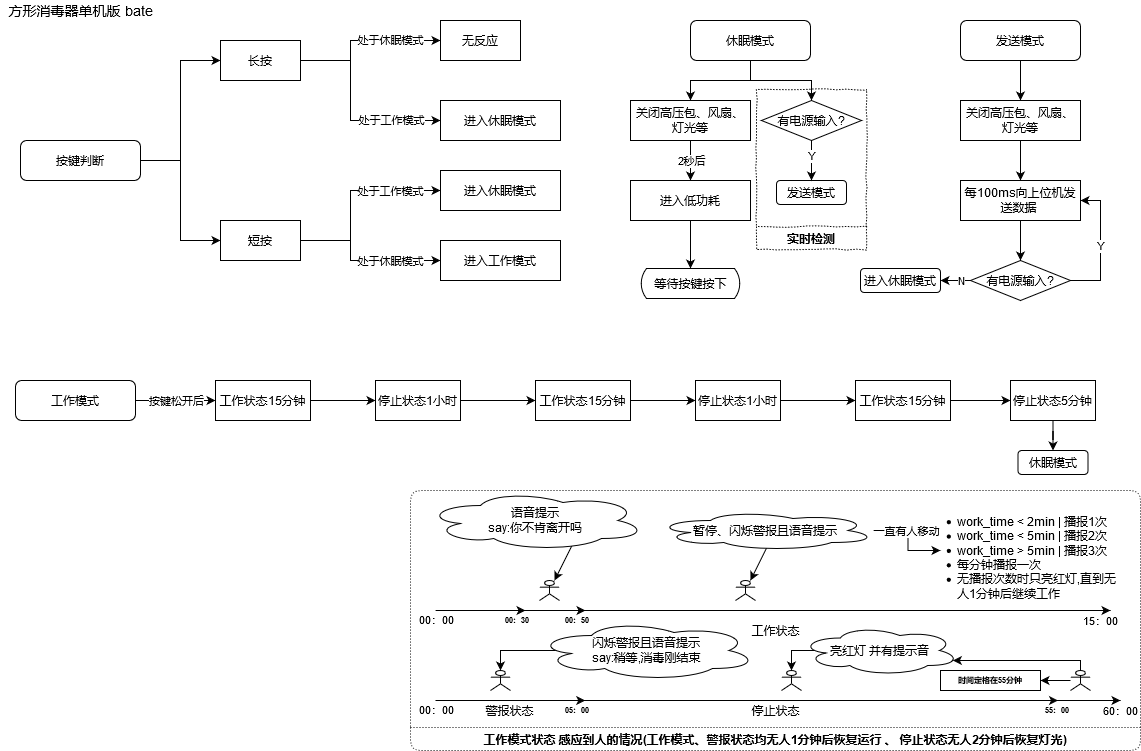
baishe/baishe.github.io keeps this draw.io diagram as logic.drawio.png. Above is the earlier version. Source tidied: cells renumbered, new cells last; positions are measured from the earlier drawing's top-left corner, leaving out a move shared by most shapes.
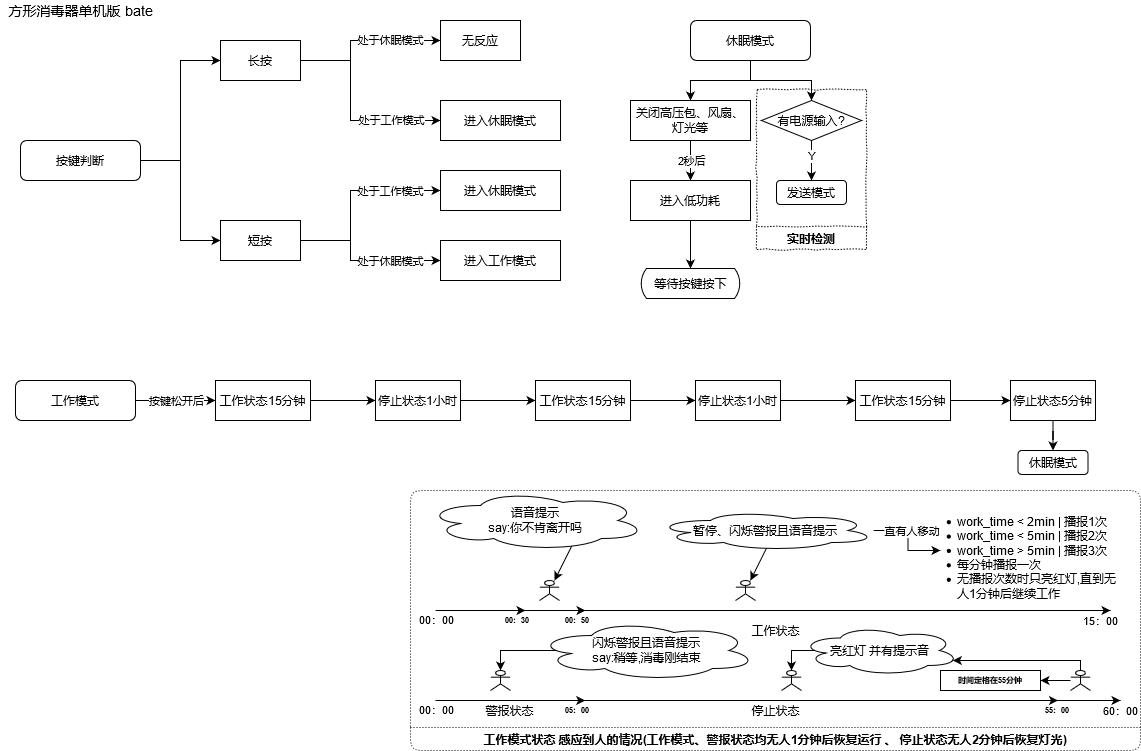
Later version of the same file.

Change to the diagram source:
```diff
@@ -118,49 +118,9 @@
         <mxPoint x="690" y="220" as="sourcePoint" />
       </mxGeometry>
     </mxCell>
-    <mxCell id="25" style="edgeStyle=orthogonalEdgeStyle;rounded=0;jettySize=auto;html=1;" parent="1" edge="1" source="26">
-      <mxGeometry relative="1" as="geometry">
-        <mxPoint x="1020" y="100" as="targetPoint" />
-      </mxGeometry>
-    </mxCell>
-    <mxCell id="26" value="发送模式" style="rounded=1;whiteSpace=wrap;html=1;" parent="1" vertex="1">
-      <mxGeometry x="960" y="20" width="120" height="40" as="geometry" />
-    </mxCell>
     <mxCell id="27" value="等待按键按下" style="html=1;dashed=0;whitespace=wrap;shape=mxgraph.dfd.loop;" parent="1" vertex="1">
       <mxGeometry x="640" y="268" width="100" height="30" as="geometry" />
     </mxCell>
-    <mxCell id="28" style="edgeStyle=orthogonalEdgeStyle;rounded=0;orthogonalLoop=1;jettySize=auto;html=1;" parent="1" edge="1">
-      <mxGeometry relative="1" as="geometry">
-        <mxPoint x="1020" y="140" as="sourcePoint" />
-        <mxPoint x="1020" y="180" as="targetPoint" />
-      </mxGeometry>
-    </mxCell>
-    <mxCell id="29" style="edgeStyle=orthogonalEdgeStyle;rounded=0;jettySize=auto;html=1;entryX=1;entryY=0.5;entryDx=0;entryDy=0;" parent="1" edge="1" source="33">
-      <mxGeometry relative="1" as="geometry">
-        <mxPoint x="1080" y="200" as="targetPoint" />
-        <Array as="points">
-          <mxPoint x="1100" y="280" />
-          <mxPoint x="1100" y="200" />
-        </Array>
-      </mxGeometry>
-    </mxCell>
-    <mxCell id="30" value="Y" style="edgeLabel;html=1;align=center;verticalAlign=middle;" parent="29" vertex="1">
-      <mxGeometry y="1" relative="1" as="geometry" />
-    </mxCell>
-    <mxCell id="31" style="edgeStyle=orthogonalEdgeStyle;rounded=0;jettySize=auto;html=1;entryX=1;entryY=0.5;entryDx=0;entryDy=0;" parent="1" edge="1" source="33" target="34">
-      <mxGeometry relative="1" as="geometry" />
-    </mxCell>
-    <mxCell id="32" value="N" style="edgeLabel;html=1;align=center;verticalAlign=middle;" parent="31" vertex="1">
-      <mxGeometry x="-0.2" y="-2" relative="1" as="geometry">
-        <mxPoint x="10" y="-2" as="offset" />
-      </mxGeometry>
-    </mxCell>
-    <mxCell id="33" value="有电源输入?" style="rhombus;whiteSpace=wrap;html=1;" parent="1" vertex="1">
-      <mxGeometry x="970" y="260" width="100" height="40" as="geometry" />
-    </mxCell>
-    <mxCell id="34" value="进入休眠模式" style="rounded=1;whiteSpace=wrap;html=1;" parent="1" vertex="1">
-      <mxGeometry x="860" y="268" width="80" height="24" as="geometry" />
-    </mxCell>
     <mxCell id="35" style="edgeStyle=orthogonalEdgeStyle;rounded=0;jettySize=auto;html=1;entryX=0;entryY=0.5;entryDx=0;entryDy=0;" parent="1" edge="1" source="37" target="49">
       <mxGeometry relative="1" as="geometry" />
     </mxCell>
@@ -178,15 +138,6 @@
     <mxCell id="39" value="进入低功耗" style="rounded=0;whiteSpace=wrap;html=1;" parent="1" vertex="1">
       <mxGeometry x="630" y="180" width="120" height="40" as="geometry" />
     </mxCell>
-    <mxCell id="40" value="关闭高压包、风扇、灯光等" style="rounded=0;whiteSpace=wrap;html=1;" parent="1" vertex="1">
-      <mxGeometry x="960" y="100" width="120" height="40" as="geometry" />
-    </mxCell>
-    <mxCell id="41" style="edgeStyle=orthogonalEdgeStyle;rounded=0;jettySize=auto;html=1;" parent="1" edge="1" source="42" target="33">
-      <mxGeometry relative="1" as="geometry" />
-    </mxCell>
-    <mxCell id="42" value="每100ms向上位机发送数据&amp;nbsp;" style="rounded=0;whiteSpace=wrap;html=1;" parent="1" vertex="1">
-      <mxGeometry x="960" y="180" width="120" height="40" as="geometry" />
-    </mxCell>
     <mxCell id="43" value="实时检测" style="swimlane;dashed=1;dashPattern=1 2;direction=west;swimlaneLine=1;glass=0;comic=1;shadow=0;rounded=0;" parent="1" vertex="1">
       <mxGeometry x="756" y="89" width="110" height="160" as="geometry" />
     </mxCell>
```
